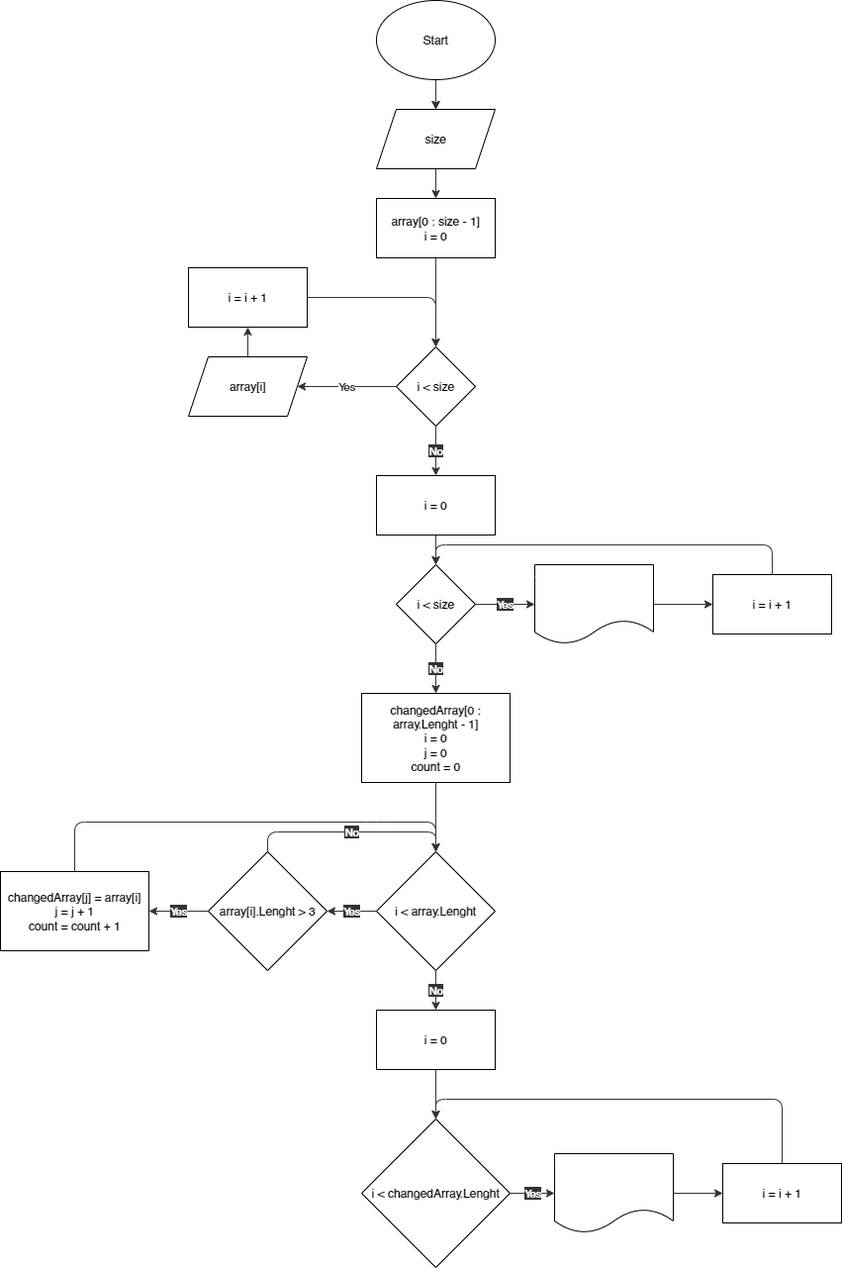
The draw.io diagram Controlwork1/Scheme.drawio.png in design-kos/GB-Controlworks, before a commit. Source tidied: cells renumbered, new cells last; positions are measured from the earlier drawing's top-left corner, leaving out a move shared by most shapes. The source it was exported from:
```xml
<mxGraphModel background="#ffffff">
  <root>
    <mxCell id="0" />
    <mxCell id="1" parent="0" />
    <mxCell id="2" style="edgeStyle=none;html=1;" parent="1" edge="1" source="4" target="6">
      <mxGeometry relative="1" as="geometry" />
    </mxCell>
    <mxCell id="3" style="edgeStyle=none;html=1;strokeColor=#333333;" parent="1" edge="1" source="4" target="6">
      <mxGeometry relative="1" as="geometry" />
    </mxCell>
    <mxCell id="4" value="Start" style="ellipse;whiteSpace=wrap;html=1;" parent="1" vertex="1">
      <mxGeometry x="380" width="120" height="80" as="geometry" />
    </mxCell>
    <mxCell id="5" style="edgeStyle=none;html=1;strokeColor=#333333;" parent="1" edge="1" source="6" target="8">
      <mxGeometry relative="1" as="geometry" />
    </mxCell>
    <mxCell id="6" value="size" style="shape=parallelogram;perimeter=parallelogramPerimeter;whiteSpace=wrap;html=1;fixedSize=1;" parent="1" vertex="1">
      <mxGeometry x="380" y="110" width="120" height="60" as="geometry" />
    </mxCell>
    <mxCell id="7" style="edgeStyle=none;html=1;strokeColor=#333333;" parent="1" edge="1" source="8" target="11">
      <mxGeometry relative="1" as="geometry" />
    </mxCell>
    <mxCell id="8" value="array[0 : size - 1]&lt;br&gt;i = 0" style="rounded=0;whiteSpace=wrap;html=1;" parent="1" vertex="1">
      <mxGeometry x="380" y="200" width="120" height="60" as="geometry" />
    </mxCell>
    <mxCell id="9" value="Yes" style="edgeStyle=none;html=1;strokeColor=#333333;" parent="1" edge="1" source="11" target="13">
      <mxGeometry relative="1" as="geometry" />
    </mxCell>
    <mxCell id="10" value="No" style="edgeStyle=none;html=1;labelBackgroundColor=#333333;fontColor=#FFFFFF;strokeColor=#333333;" parent="1" edge="1" source="11" target="17">
      <mxGeometry relative="1" as="geometry" />
    </mxCell>
    <mxCell id="11" value="i &amp;lt; size" style="rhombus;whiteSpace=wrap;html=1;" parent="1" vertex="1">
      <mxGeometry x="400" y="350" width="80" height="80" as="geometry" />
    </mxCell>
    <mxCell id="12" style="edgeStyle=none;html=1;labelBackgroundColor=#FFFFFF;fontColor=#1A1A1A;strokeColor=#333333;" parent="1" edge="1" source="13" target="15">
      <mxGeometry relative="1" as="geometry" />
    </mxCell>
    <mxCell id="13" value="array[i]" style="shape=parallelogram;perimeter=parallelogramPerimeter;whiteSpace=wrap;html=1;fixedSize=1;" parent="1" vertex="1">
      <mxGeometry x="190" y="360" width="120" height="60" as="geometry" />
    </mxCell>
    <mxCell id="14" style="edgeStyle=none;html=1;entryX=0.5;entryY=0;entryDx=0;entryDy=0;labelBackgroundColor=#FFFFFF;fontColor=#1A1A1A;strokeColor=#333333;" parent="1" edge="1" source="15" target="11">
      <mxGeometry relative="1" as="geometry">
        <Array as="points">
          <mxPoint x="440" y="300" />
        </Array>
      </mxGeometry>
    </mxCell>
    <mxCell id="15" value="i = i + 1" style="rounded=0;whiteSpace=wrap;html=1;" parent="1" vertex="1">
      <mxGeometry x="190" y="270" width="120" height="60" as="geometry" />
    </mxCell>
    <mxCell id="16" style="edgeStyle=none;html=1;labelBackgroundColor=#333333;fontColor=#FFFFFF;strokeColor=#333333;" parent="1" edge="1" source="17" target="20">
      <mxGeometry relative="1" as="geometry" />
    </mxCell>
    <mxCell id="17" value="i = 0" style="rounded=0;whiteSpace=wrap;html=1;" parent="1" vertex="1">
      <mxGeometry x="380" y="480" width="120" height="60" as="geometry" />
    </mxCell>
    <mxCell id="18" value="Yes" style="edgeStyle=none;html=1;labelBackgroundColor=#333333;fontColor=#FFFFFF;strokeColor=#333333;" parent="1" edge="1" source="20" target="22">
      <mxGeometry relative="1" as="geometry" />
    </mxCell>
    <mxCell id="19" value="No" style="edgeStyle=none;html=1;labelBackgroundColor=#333333;fontColor=#FFFFFF;strokeColor=#333333;" parent="1" edge="1" source="20" target="26">
      <mxGeometry relative="1" as="geometry" />
    </mxCell>
    <mxCell id="20" value="i &amp;lt; size" style="rhombus;whiteSpace=wrap;html=1;" parent="1" vertex="1">
      <mxGeometry x="400" y="570" width="80" height="80" as="geometry" />
    </mxCell>
    <mxCell id="21" style="edgeStyle=none;html=1;entryX=0;entryY=0.5;entryDx=0;entryDy=0;labelBackgroundColor=#333333;fontColor=#FFFFFF;strokeColor=#333333;" parent="1" edge="1" source="22" target="24">
      <mxGeometry relative="1" as="geometry" />
    </mxCell>
    <mxCell id="22" value="array[i]" style="shape=document;whiteSpace=wrap;html=1;boundedLbl=1;fontColor=#FFFFFF;" parent="1" vertex="1">
      <mxGeometry x="540" y="570" width="120" height="80" as="geometry" />
    </mxCell>
    <mxCell id="23" style="edgeStyle=none;html=1;entryX=0.5;entryY=0;entryDx=0;entryDy=0;labelBackgroundColor=#333333;fontColor=#FFFFFF;strokeColor=#333333;" parent="1" edge="1" source="24" target="20">
      <mxGeometry relative="1" as="geometry">
        <Array as="points">
          <mxPoint x="780" y="550" />
          <mxPoint x="440" y="550" />
        </Array>
      </mxGeometry>
    </mxCell>
    <mxCell id="24" value="i = i + 1" style="rounded=0;whiteSpace=wrap;html=1;" parent="1" vertex="1">
      <mxGeometry x="720" y="580" width="120" height="60" as="geometry" />
    </mxCell>
    <mxCell id="25" style="edgeStyle=none;html=1;labelBackgroundColor=#333333;fontColor=#FFFFFF;strokeColor=#333333;" parent="1" edge="1" source="26" target="29">
      <mxGeometry relative="1" as="geometry" />
    </mxCell>
    <mxCell id="26" value="changedArray[0 : array.Lenght - 1]&lt;br&gt;i = 0&lt;br&gt;j = 0&lt;br&gt;count = 0" style="rounded=0;whiteSpace=wrap;html=1;" parent="1" vertex="1">
      <mxGeometry x="365" y="700" width="150" height="90" as="geometry" />
    </mxCell>
    <mxCell id="27" value="Yes" style="edgeStyle=none;html=1;labelBackgroundColor=#333333;fontColor=#FFFFFF;strokeColor=#333333;" parent="1" edge="1" source="29" target="32">
      <mxGeometry relative="1" as="geometry" />
    </mxCell>
    <mxCell id="28" value="No" style="edgeStyle=none;html=1;labelBackgroundColor=#333333;fontColor=#FFFFFF;strokeColor=#333333;" parent="1" edge="1" source="29" target="36">
      <mxGeometry relative="1" as="geometry" />
    </mxCell>
    <mxCell id="29" value="i &amp;lt; array.Lenght" style="rhombus;whiteSpace=wrap;html=1;" parent="1" vertex="1">
      <mxGeometry x="380" y="860" width="120" height="120" as="geometry" />
    </mxCell>
    <mxCell id="30" value="Yes" style="edgeStyle=none;html=1;labelBackgroundColor=#333333;fontColor=#FFFFFF;strokeColor=#333333;" parent="1" edge="1" source="32" target="34">
      <mxGeometry relative="1" as="geometry" />
    </mxCell>
    <mxCell id="31" value="No" style="edgeStyle=none;html=1;exitX=0.5;exitY=0;exitDx=0;exitDy=0;labelBackgroundColor=#333333;fontColor=#FFFFFF;strokeColor=#333333;" parent="1" edge="1" source="32">
      <mxGeometry relative="1" as="geometry">
        <mxPoint x="440" y="860" as="targetPoint" />
        <Array as="points">
          <mxPoint x="270" y="840" />
          <mxPoint x="440" y="840" />
        </Array>
      </mxGeometry>
    </mxCell>
    <mxCell id="32" value="array[i].Lenght &amp;gt; 3" style="rhombus;whiteSpace=wrap;html=1;" parent="1" vertex="1">
      <mxGeometry x="210" y="860" width="120" height="120" as="geometry" />
    </mxCell>
    <mxCell id="33" style="edgeStyle=none;html=1;entryX=0.5;entryY=0;entryDx=0;entryDy=0;labelBackgroundColor=#333333;fontColor=#FFFFFF;strokeColor=#333333;exitX=0.5;exitY=0;exitDx=0;exitDy=0;" parent="1" edge="1" source="34" target="29">
      <mxGeometry relative="1" as="geometry">
        <Array as="points">
          <mxPoint x="75" y="830" />
          <mxPoint x="380" y="830" />
          <mxPoint x="440" y="830" />
        </Array>
      </mxGeometry>
    </mxCell>
    <mxCell id="34" value="changedArray[j] = array[i]&lt;br&gt;j = j + 1&lt;br&gt;count = count + 1" style="rounded=0;whiteSpace=wrap;html=1;" parent="1" vertex="1">
      <mxGeometry y="880" width="150" height="80" as="geometry" />
    </mxCell>
    <mxCell id="35" style="edgeStyle=none;html=1;labelBackgroundColor=#333333;fontColor=#FFFFFF;strokeColor=#333333;" parent="1" edge="1" source="36" target="42">
      <mxGeometry relative="1" as="geometry" />
    </mxCell>
    <mxCell id="36" value="i = 0" style="rounded=0;whiteSpace=wrap;html=1;" parent="1" vertex="1">
      <mxGeometry x="380" y="1020" width="120" height="60" as="geometry" />
    </mxCell>
    <mxCell id="37" style="edgeStyle=none;html=1;labelBackgroundColor=#333333;fontColor=#FFFFFF;strokeColor=#333333;" parent="1" edge="1" source="38" target="40">
      <mxGeometry relative="1" as="geometry" />
    </mxCell>
    <mxCell id="38" value="array[i]" style="shape=document;whiteSpace=wrap;html=1;boundedLbl=1;fontColor=#FFFFFF;" parent="1" vertex="1">
      <mxGeometry x="560" y="1165" width="120" height="80" as="geometry" />
    </mxCell>
    <mxCell id="39" style="edgeStyle=none;html=1;entryX=0.5;entryY=0;entryDx=0;entryDy=0;labelBackgroundColor=#333333;fontColor=#FFFFFF;strokeColor=#333333;" parent="1" edge="1" source="40" target="42">
      <mxGeometry relative="1" as="geometry">
        <Array as="points">
          <mxPoint x="790" y="1110" />
          <mxPoint x="440" y="1110" />
        </Array>
      </mxGeometry>
    </mxCell>
    <mxCell id="40" value="i = i + 1" style="rounded=0;whiteSpace=wrap;html=1;" parent="1" vertex="1">
      <mxGeometry x="730" y="1175" width="120" height="60" as="geometry" />
    </mxCell>
    <mxCell id="41" value="Yes" style="edgeStyle=none;html=1;exitX=1;exitY=0.5;exitDx=0;exitDy=0;labelBackgroundColor=#333333;fontColor=#FFFFFF;strokeColor=#333333;" parent="1" edge="1" source="42" target="38">
      <mxGeometry relative="1" as="geometry" />
    </mxCell>
    <mxCell id="42" value="i &amp;lt; changedArray.Lenght" style="rhombus;whiteSpace=wrap;html=1;" parent="1" vertex="1">
      <mxGeometry x="365" y="1130" width="150" height="150" as="geometry" />
    </mxCell>
  </root>
</mxGraphModel>
```
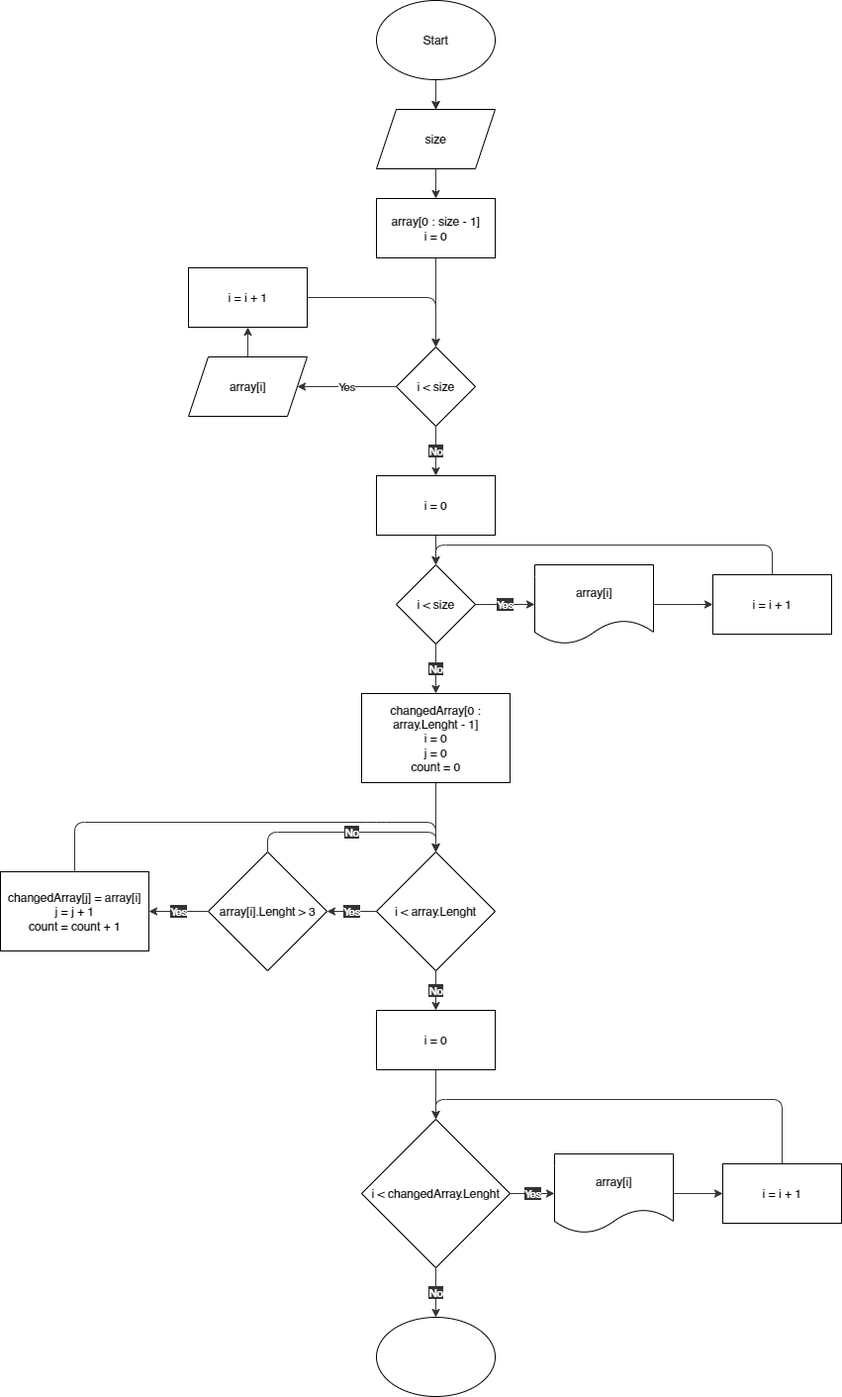
After the commit.

Commit message:
Scheme adjustment

The edit, as a diff of the source:
```diff
@@ -66,7 +66,7 @@
     <mxCell id="21" style="edgeStyle=none;html=1;entryX=0;entryY=0.5;entryDx=0;entryDy=0;labelBackgroundColor=#333333;fontColor=#FFFFFF;strokeColor=#333333;" parent="1" edge="1" source="22" target="24">
       <mxGeometry relative="1" as="geometry" />
     </mxCell>
-    <mxCell id="22" value="array[i]" style="shape=document;whiteSpace=wrap;html=1;boundedLbl=1;fontColor=#FFFFFF;" parent="1" vertex="1">
+    <mxCell id="22" value="array[i]" style="shape=document;whiteSpace=wrap;html=1;boundedLbl=1;fontColor=default;rounded=0;" parent="1" vertex="1">
       <mxGeometry x="540" y="570" width="120" height="80" as="geometry" />
     </mxCell>
     <mxCell id="23" style="edgeStyle=none;html=1;entryX=0.5;entryY=0;entryDx=0;entryDy=0;labelBackgroundColor=#333333;fontColor=#FFFFFF;strokeColor=#333333;" parent="1" edge="1" source="24" target="20">
@@ -131,7 +131,7 @@
     <mxCell id="37" style="edgeStyle=none;html=1;labelBackgroundColor=#333333;fontColor=#FFFFFF;strokeColor=#333333;" parent="1" edge="1" source="38" target="40">
       <mxGeometry relative="1" as="geometry" />
     </mxCell>
-    <mxCell id="38" value="array[i]" style="shape=document;whiteSpace=wrap;html=1;boundedLbl=1;fontColor=#FFFFFF;" parent="1" vertex="1">
+    <mxCell id="38" value="array[i]" style="shape=document;whiteSpace=wrap;html=1;boundedLbl=1;fontColor=default;rounded=0;" parent="1" vertex="1">
       <mxGeometry x="560" y="1165" width="120" height="80" as="geometry" />
     </mxCell>
     <mxCell id="39" style="edgeStyle=none;html=1;entryX=0.5;entryY=0;entryDx=0;entryDy=0;labelBackgroundColor=#333333;fontColor=#FFFFFF;strokeColor=#333333;" parent="1" edge="1" source="40" target="42">
@@ -148,8 +148,14 @@
     <mxCell id="41" value="Yes" style="edgeStyle=none;html=1;exitX=1;exitY=0.5;exitDx=0;exitDy=0;labelBackgroundColor=#333333;fontColor=#FFFFFF;strokeColor=#333333;" parent="1" edge="1" source="42" target="38">
       <mxGeometry relative="1" as="geometry" />
     </mxCell>
+    <mxCell id="43" value="No" style="edgeStyle=none;html=1;labelBackgroundColor=#333333;fontColor=#FFFFFF;strokeColor=#333333;" parent="1" edge="1" source="42" target="44">
+      <mxGeometry relative="1" as="geometry" />
+    </mxCell>
     <mxCell id="42" value="i &amp;lt; changedArray.Lenght" style="rhombus;whiteSpace=wrap;html=1;" parent="1" vertex="1">
       <mxGeometry x="365" y="1130" width="150" height="150" as="geometry" />
     </mxCell>
+    <mxCell id="44" value="Finish" style="ellipse;whiteSpace=wrap;html=1;fontColor=#FFFFFF;" parent="1" vertex="1">
+      <mxGeometry x="380" y="1330" width="120" height="80" as="geometry" />
+    </mxCell>
   </root>
 </mxGraphModel>
```
